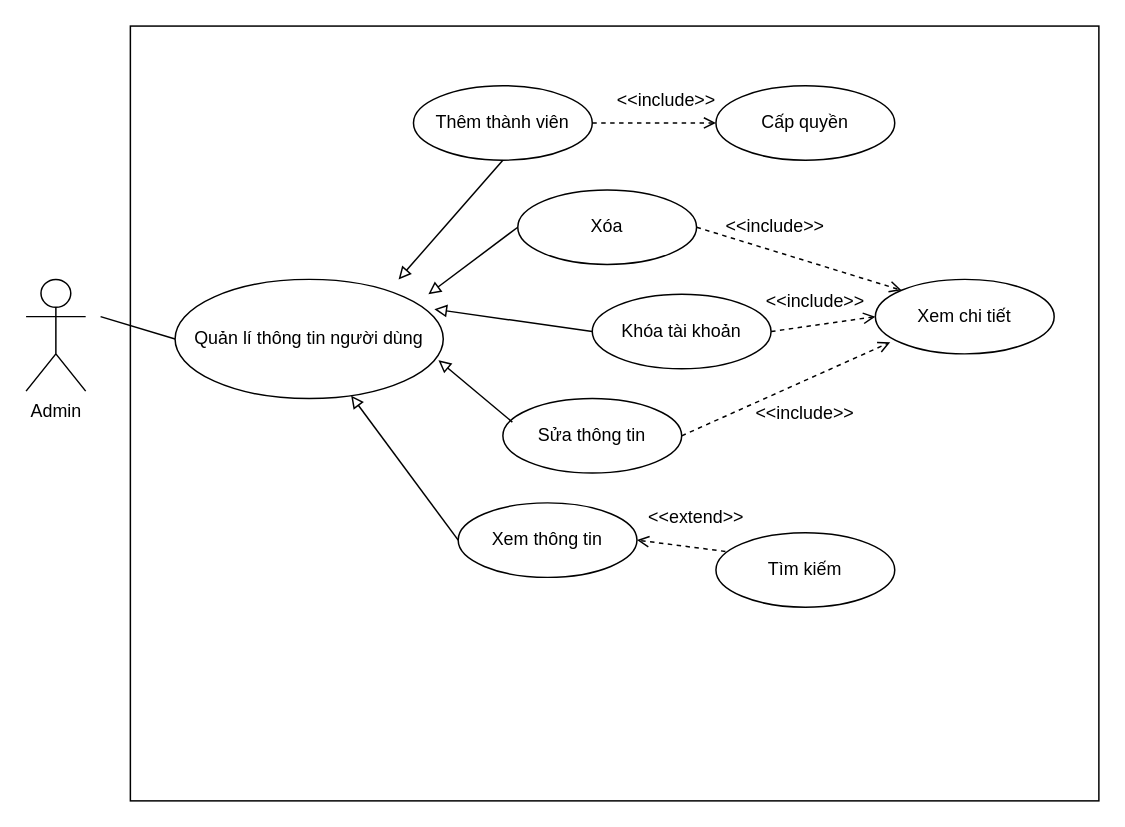
Above: ADMIN2Diagram.drawio in tramtruong98/use_case_diagram (draw.io), before the change. Source tidied: cells renumbered, new cells numbered last; positions are measured from the earlier drawing's top-left corner, leaving out a move shared by most shapes. Both pictures are drawn from the tidied source at 149%, with x=0, y=0 at pixel (25, 25).
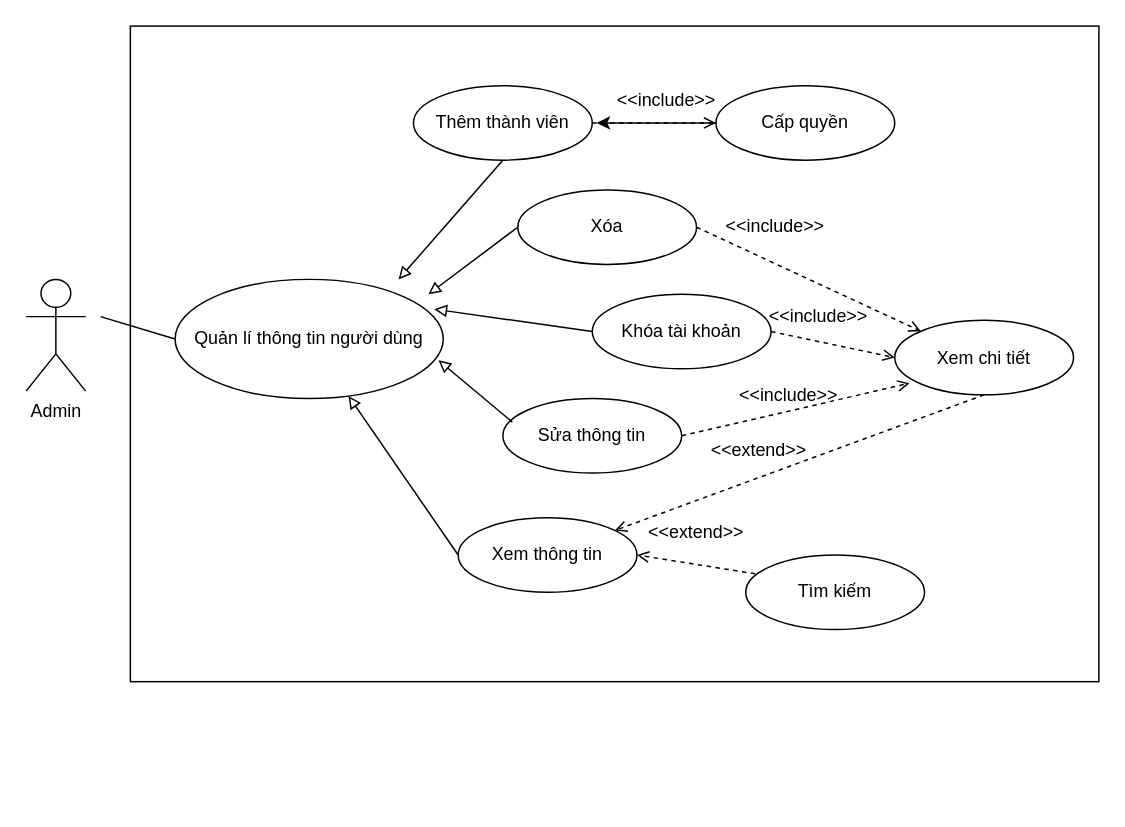
The same page after the edit.

Unchanged cells that the change refers to:
```xml
<mxCell id="9" value="Cấp quyền" style="ellipse;whiteSpace=wrap;html=1;" parent="1" vertex="1">
  <mxGeometry x="463" y="40" width="120" height="50" as="geometry" />
</mxCell>
```

What changed in the source:
```diff
@@
     <mxCell id="3" style="rounded=0;whiteSpace=wrap;html=1;" parent="1" vertex="1">
-      <mxGeometry x="70" width="650" height="520" as="geometry" />
+      <mxGeometry x="70" width="650" height="440" as="geometry" />
     </mxCell>
@@
+    <mxCell id="29" style="edgeStyle=orthogonalEdgeStyle;rounded=0;jettySize=auto;html=1;" parent="1" edge="1" source="9">
+      <mxGeometry relative="1" as="geometry">
+        <mxPoint x="383" y="65" as="targetPoint" />
+      </mxGeometry>
+    </mxCell>
@@
     <mxCell id="10" value="Xem chi tiết" style="ellipse;whiteSpace=wrap;html=1;" parent="1" vertex="1">
-      <mxGeometry x="570" y="170" width="120" height="50" as="geometry" />
+      <mxGeometry x="583" y="197.5" width="120" height="50" as="geometry" />
     </mxCell>
     <mxCell id="11" value="Xem thông tin" style="ellipse;whiteSpace=wrap;html=1;" parent="1" vertex="1">
-      <mxGeometry x="290" y="320" width="120" height="50" as="geometry" />
+      <mxGeometry x="290" y="330" width="120" height="50" as="geometry" />
     </mxCell>
@@
     <mxCell id="16" value="Tìm kiếm" style="ellipse;whiteSpace=wrap;html=1;" parent="1" vertex="1">
-      <mxGeometry x="463" y="340" width="120" height="50" as="geometry" />
+      <mxGeometry x="483" y="355" width="120" height="50" as="geometry" />
     </mxCell>
@@
     <mxCell id="26" value="&amp;lt;&amp;lt;include&amp;gt;&amp;gt;" style="text;html=1;strokeColor=none;fillColor=none;align=center;verticalAlign=middle;whiteSpace=wrap;rounded=0;" parent="1" vertex="1">
-      <mxGeometry x="510" y="175" width="40" height="20" as="geometry" />
+      <mxGeometry x="511.5" y="185" width="40" height="20" as="geometry" />
     </mxCell>
     <mxCell id="27" value="&amp;lt;&amp;lt;include&amp;gt;&amp;gt;" style="text;html=1;strokeColor=none;fillColor=none;align=center;verticalAlign=middle;whiteSpace=wrap;rounded=0;" parent="1" vertex="1">
-      <mxGeometry x="503" y="250" width="40" height="20" as="geometry" />
+      <mxGeometry x="491.5" y="237.5" width="40" height="20" as="geometry" />
     </mxCell>
     <mxCell id="28" value="&amp;lt;&amp;lt;extend&amp;gt;&amp;gt;" style="text;html=1;strokeColor=none;fillColor=none;align=center;verticalAlign=middle;whiteSpace=wrap;rounded=0;" parent="1" vertex="1">
-      <mxGeometry x="430" y="320" width="40" height="20" as="geometry" />
+      <mxGeometry x="430" y="330" width="40" height="20" as="geometry" />
     </mxCell>
+    <mxCell id="30" style="endArrow=open;dashed=1;html=1;endFill=0;exitX=0.5;exitY=1;exitDx=0;exitDy=0;" parent="1" edge="1" source="10" target="11">
+      <mxGeometry relative="1" as="geometry" />
+    </mxCell>
+    <mxCell id="31" value="&amp;lt;&amp;lt;extend&amp;gt;&amp;gt;" style="text;html=1;strokeColor=none;fillColor=none;align=center;verticalAlign=middle;whiteSpace=wrap;rounded=0;" parent="1" vertex="1">
+      <mxGeometry x="446.5" y="275" width="90" height="20" as="geometry" />
+    </mxCell>
```
